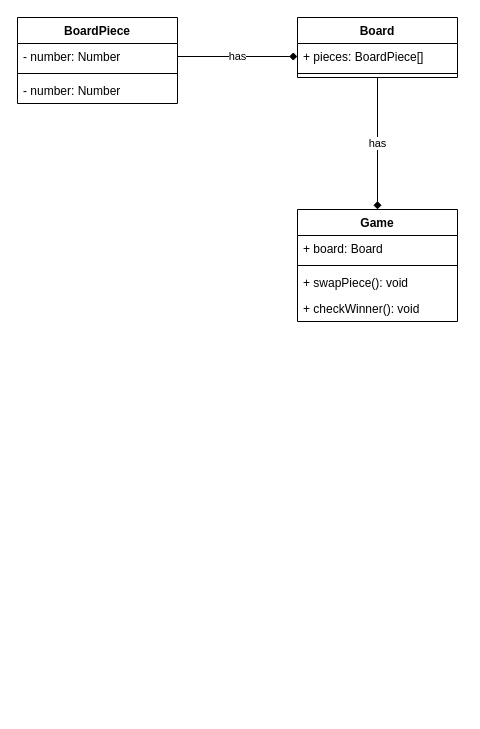
deeperj/rust keeps this draw.io diagram as schema/puzzle first class diagram.drawio. Above is the earlier version. Source tidied: cells renumbered, new cells numbered last; positions are measured from the earlier drawing's top-left corner, leaving out a move shared by most shapes. Both pictures are drawn from the tidied source at 100%, with x=0, y=0 at pixel (17, 17).
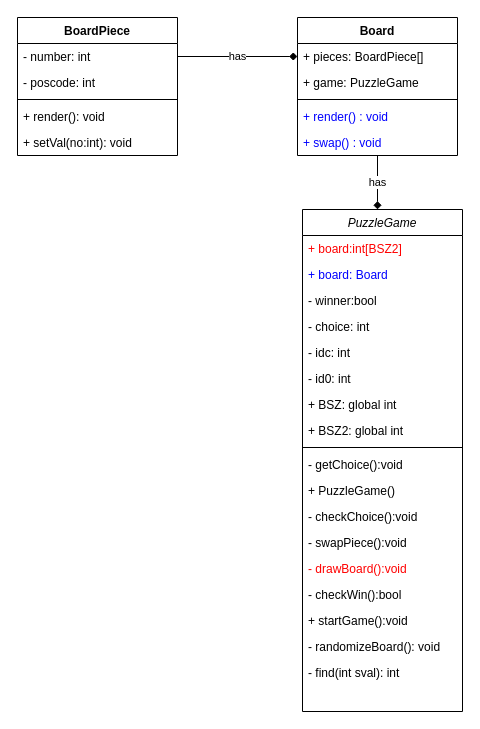
The same page after the edit.

The edit, as a diff of the source:
```diff
@@
-    <mxCell id="2" value="has" style="edgeStyle=orthogonalEdgeStyle;rounded=0;jettySize=auto;html=1;endArrow=diamond;endFill=1;" parent="1" edge="1" source="8" target="3">
-      <mxGeometry relative="1" as="geometry" />
+    <mxCell id="2" value="has" style="edgeStyle=orthogonalEdgeStyle;rounded=0;jettySize=auto;html=1;endArrow=diamond;endFill=1;" parent="1" edge="1" source="8">
+      <mxGeometry relative="1" as="geometry">
+        <mxPoint x="360" y="192" as="targetPoint" />
+      </mxGeometry>
     </mxCell>
-    <mxCell id="3" value="Game" style="swimlane;fontStyle=1;align=center;verticalAlign=top;horizontal=1;startSize=26;" parent="1" vertex="1">
-      <mxGeometry x="280" y="192" width="160" height="112" as="geometry" />
-    </mxCell>
-    <mxCell id="4" value="+ board: Board" style="text;strokeColor=none;fillColor=none;align=left;verticalAlign=top;spacingLeft=4;spacingRight=4;overflow=hidden;" parent="3" vertex="1">
-      <mxGeometry y="26" width="160" height="26" as="geometry" />
-    </mxCell>
-    <mxCell id="5" style="line;strokeWidth=1;fillColor=none;align=left;verticalAlign=middle;spacingTop=-1;spacingLeft=3;spacingRight=3;labelPosition=right;" parent="3" vertex="1">
-      <mxGeometry y="52" width="160" height="8" as="geometry" />
-    </mxCell>
-    <mxCell id="6" value="+ swapPiece(): void" style="text;strokeColor=none;fillColor=none;align=left;verticalAlign=top;spacingLeft=4;spacingRight=4;overflow=hidden;" parent="3" vertex="1">
-      <mxGeometry y="60" width="160" height="26" as="geometry" />
-    </mxCell>
-    <mxCell id="7" value="+ checkWinner(): void" style="text;strokeColor=none;fillColor=none;align=left;verticalAlign=top;spacingLeft=4;spacingRight=4;overflow=hidden;" parent="3" vertex="1">
-      <mxGeometry y="86" width="160" height="26" as="geometry" />
-    </mxCell>
     <mxCell id="8" value="Board" style="swimlane;fontStyle=1;align=center;verticalAlign=top;horizontal=1;startSize=26;" parent="1" vertex="1">
-      <mxGeometry x="280" width="160" height="60" as="geometry" />
+      <mxGeometry x="280" width="160" height="138" as="geometry" />
     </mxCell>
@@
+    <mxCell id="16" value="+ game: PuzzleGame" style="text;strokeColor=none;fillColor=none;align=left;verticalAlign=top;spacingLeft=4;spacingRight=4;overflow=hidden;" parent="8" vertex="1">
+      <mxGeometry y="52" width="160" height="26" as="geometry" />
+    </mxCell>
     <mxCell id="10" style="line;strokeWidth=1;fillColor=none;align=left;verticalAlign=middle;spacingTop=-1;spacingLeft=3;spacingRight=3;labelPosition=right;" parent="8" vertex="1">
-      <mxGeometry y="52" width="160" height="8" as="geometry" />
+      <mxGeometry y="78" width="160" height="8" as="geometry" />
     </mxCell>
+    <mxCell id="17" value="+ render() : void" style="text;strokeColor=none;fillColor=none;align=left;verticalAlign=top;spacingLeft=4;spacingRight=4;overflow=hidden;fontColor=#0000FF;" parent="8" vertex="1">
+      <mxGeometry y="86" width="160" height="26" as="geometry" />
+    </mxCell>
+    <mxCell id="18" value="+ swap() : void" style="text;strokeColor=none;fillColor=none;align=left;verticalAlign=top;spacingLeft=4;spacingRight=4;overflow=hidden;fontColor=#0000FF;" parent="8" vertex="1">
+      <mxGeometry y="112" width="160" height="26" as="geometry" />
+    </mxCell>
     <mxCell id="11" value="BoardPiece" style="swimlane;fontStyle=1;align=center;verticalAlign=top;horizontal=1;startSize=26;" parent="1" vertex="1">
-      <mxGeometry width="160" height="86" as="geometry" />
+      <mxGeometry width="160" height="138" as="geometry" />
     </mxCell>
-    <mxCell id="12" value="- number: Number" style="text;strokeColor=none;fillColor=none;align=left;verticalAlign=top;spacingLeft=4;spacingRight=4;overflow=hidden;points=[[0,0.5],[1,0.5]];portConstraint=eastwest;" parent="11" vertex="1">
+    <mxCell id="12" value="- number: int" style="text;strokeColor=none;fillColor=none;align=left;verticalAlign=top;spacingLeft=4;spacingRight=4;overflow=hidden;points=[[0,0.5],[1,0.5]];portConstraint=eastwest;" parent="11" vertex="1">
       <mxGeometry y="26" width="160" height="26" as="geometry" />
     </mxCell>
+    <mxCell id="19" value="- poscode: int" style="text;strokeColor=none;fillColor=none;align=left;verticalAlign=top;spacingLeft=4;spacingRight=4;overflow=hidden;" parent="11" vertex="1">
+      <mxGeometry y="52" width="160" height="26" as="geometry" />
+    </mxCell>
     <mxCell id="13" style="line;strokeWidth=1;fillColor=none;align=left;verticalAlign=middle;spacingTop=-1;spacingLeft=3;spacingRight=3;labelPosition=right;" parent="11" vertex="1">
-      <mxGeometry y="52" width="160" height="8" as="geometry" />
+      <mxGeometry y="78" width="160" height="8" as="geometry" />
     </mxCell>
-    <mxCell id="14" value="- number: Number" style="text;strokeColor=none;fillColor=none;align=left;verticalAlign=top;spacingLeft=4;spacingRight=4;overflow=hidden;" parent="11" vertex="1">
-      <mxGeometry y="60" width="160" height="26" as="geometry" />
-    </mxCell>
+    <mxCell id="20" value="+ render(): void" style="text;strokeColor=none;fillColor=none;align=left;verticalAlign=top;spacingLeft=4;spacingRight=4;overflow=hidden;" parent="11" vertex="1">
+      <mxGeometry y="86" width="160" height="26" as="geometry" />
+    </mxCell>
+    <mxCell id="21" value="+ setVal(no:int): void" style="text;strokeColor=none;fillColor=none;align=left;verticalAlign=top;spacingLeft=4;spacingRight=4;overflow=hidden;" parent="11" vertex="1">
+      <mxGeometry y="112" width="160" height="26" as="geometry" />
+    </mxCell>
@@
+    <mxCell id="22" value="PuzzleGame" style="swimlane;fontStyle=2;align=center;verticalAlign=top;horizontal=1;startSize=26;rounded=0;shadow=0;strokeWidth=1;" parent="1" vertex="1">
+      <mxGeometry x="285" y="192" width="160" height="502" as="geometry" />
+    </mxCell>
+    <mxCell id="23" value="+ board:int[BSZ2]" style="text;align=left;verticalAlign=top;spacingLeft=4;spacingRight=4;overflow=hidden;fontColor=#FF0000;" parent="22" vertex="1">
+      <mxGeometry y="26" width="160" height="26" as="geometry" />
+    </mxCell>
+    <mxCell id="4" value="+ board: Board" style="text;align=left;verticalAlign=top;spacingLeft=4;spacingRight=4;overflow=hidden;fontColor=#0000FF;" parent="22" vertex="1">
+      <mxGeometry y="52" width="160" height="26" as="geometry" />
+    </mxCell>
+    <mxCell id="24" value="- winner:bool" style="text;align=left;verticalAlign=top;spacingLeft=4;spacingRight=4;overflow=hidden;" parent="22" vertex="1">
+      <mxGeometry y="78" width="160" height="26" as="geometry" />
+    </mxCell>
+    <mxCell id="25" value="- choice: int" style="text;align=left;verticalAlign=top;spacingLeft=4;spacingRight=4;overflow=hidden;" parent="22" vertex="1">
+      <mxGeometry y="104" width="160" height="26" as="geometry" />
+    </mxCell>
+    <mxCell id="26" value="- idc: int" style="text;align=left;verticalAlign=top;spacingLeft=4;spacingRight=4;overflow=hidden;" parent="22" vertex="1">
+      <mxGeometry y="130" width="160" height="26" as="geometry" />
+    </mxCell>
+    <mxCell id="27" value="- id0: int" style="text;align=left;verticalAlign=top;spacingLeft=4;spacingRight=4;overflow=hidden;" parent="22" vertex="1">
+      <mxGeometry y="156" width="160" height="26" as="geometry" />
+    </mxCell>
+    <mxCell id="28" value="+ BSZ: global int" style="text;align=left;verticalAlign=top;spacingLeft=4;spacingRight=4;overflow=hidden;" parent="22" vertex="1">
+      <mxGeometry y="182" width="160" height="26" as="geometry" />
+    </mxCell>
+    <mxCell id="29" value="+ BSZ2: global int" style="text;align=left;verticalAlign=top;spacingLeft=4;spacingRight=4;overflow=hidden;" parent="22" vertex="1">
+      <mxGeometry y="208" width="160" height="26" as="geometry" />
+    </mxCell>
+    <mxCell id="30" style="line;html=1;strokeWidth=1;align=left;verticalAlign=middle;spacingTop=-1;spacingLeft=3;spacingRight=3;labelPosition=right;" parent="22" vertex="1">
+      <mxGeometry y="234" width="160" height="8" as="geometry" />
+    </mxCell>
+    <mxCell id="31" value="- getChoice():void" style="text;align=left;verticalAlign=top;spacingLeft=4;spacingRight=4;overflow=hidden;rounded=0;shadow=0;html=0;" parent="22" vertex="1">
+      <mxGeometry y="242" width="160" height="26" as="geometry" />
+    </mxCell>
+    <mxCell id="32" value="+ PuzzleGame()" style="text;align=left;verticalAlign=top;spacingLeft=4;spacingRight=4;overflow=hidden;rounded=0;shadow=0;html=0;" parent="22" vertex="1">
+      <mxGeometry y="268" width="160" height="26" as="geometry" />
+    </mxCell>
+    <mxCell id="33" value="- checkChoice():void" style="text;align=left;verticalAlign=top;spacingLeft=4;spacingRight=4;overflow=hidden;" parent="22" vertex="1">
+      <mxGeometry y="294" width="160" height="26" as="geometry" />
+    </mxCell>
+    <mxCell id="34" value="- swapPiece():void" style="text;align=left;verticalAlign=top;spacingLeft=4;spacingRight=4;overflow=hidden;" parent="22" vertex="1">
+      <mxGeometry y="320" width="160" height="26" as="geometry" />
+    </mxCell>
+    <mxCell id="35" value="- drawBoard():void" style="text;align=left;verticalAlign=top;spacingLeft=4;spacingRight=4;overflow=hidden;fontColor=#FF0000;" parent="22" vertex="1">
+      <mxGeometry y="346" width="160" height="26" as="geometry" />
+    </mxCell>
+    <mxCell id="36" value="- checkWin():bool" style="text;align=left;verticalAlign=top;spacingLeft=4;spacingRight=4;overflow=hidden;" parent="22" vertex="1">
+      <mxGeometry y="372" width="160" height="26" as="geometry" />
+    </mxCell>
+    <mxCell id="37" value="+ startGame():void" style="text;align=left;verticalAlign=top;spacingLeft=4;spacingRight=4;overflow=hidden;" parent="22" vertex="1">
+      <mxGeometry y="398" width="160" height="26" as="geometry" />
+    </mxCell>
+    <mxCell id="38" value="- randomizeBoard(): void" style="text;align=left;verticalAlign=top;spacingLeft=4;spacingRight=4;overflow=hidden;" parent="22" vertex="1">
+      <mxGeometry y="424" width="160" height="26" as="geometry" />
+    </mxCell>
+    <mxCell id="39" value="- find(int sval): int" style="text;align=left;verticalAlign=top;spacingLeft=4;spacingRight=4;overflow=hidden;" parent="22" vertex="1">
+      <mxGeometry y="450" width="160" height="26" as="geometry" />
+    </mxCell>
```
